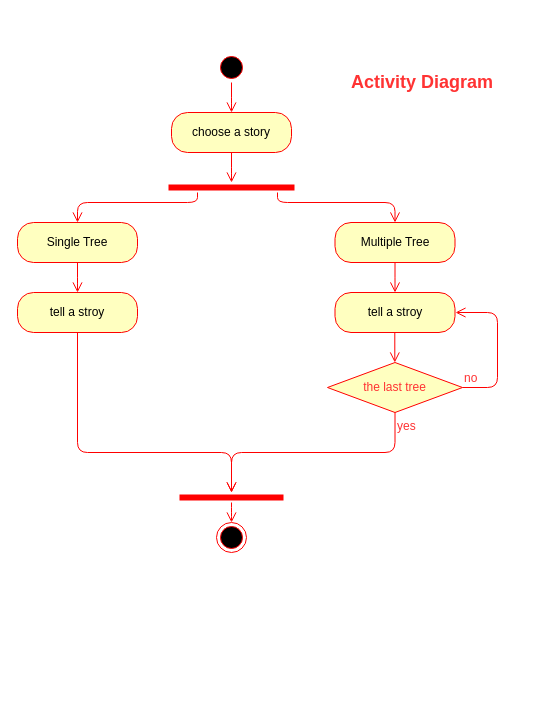
chewwwyong/dosomethingexcel keeps this draw.io diagram as page "Activity Diagram" (7 of 7) of Untitled Diagram.drawio. Above is the earlier version. Source tidied: cells renumbered, new cells numbered last; positions are measured from the earlier drawing's top-left corner, leaving out a move shared by most shapes. Both pictures are drawn from the tidied source at 100%, with x=0, y=0 at pixel (17, 52).
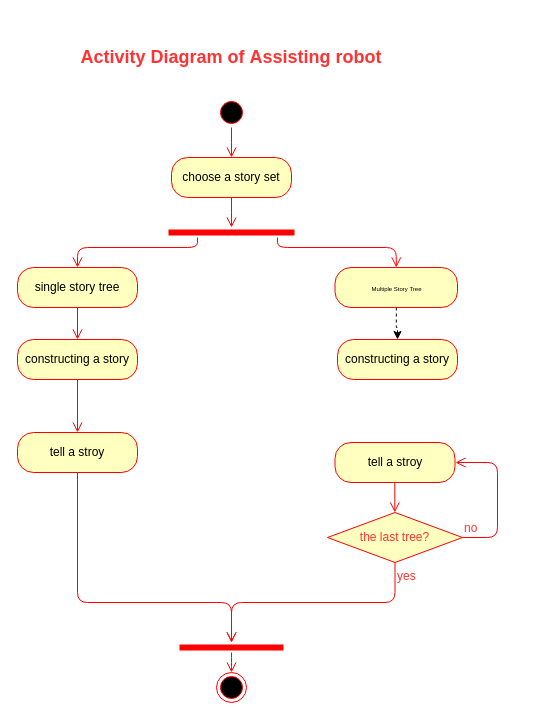
The same page after the edit.

The edit, as a diff of the source:
```diff
@@
     <mxCell id="2" style="ellipse;html=1;shape=startState;fillColor=#000000;strokeColor=#ff0000;labelBackgroundColor=none;fontSize=12;fontColor=#FF3333;" parent="1" vertex="1">
-      <mxGeometry x="199" width="30" height="30" as="geometry" />
+      <mxGeometry x="199" y="45" width="30" height="30" as="geometry" />
     </mxCell>
     <mxCell id="3" style="edgeStyle=orthogonalEdgeStyle;html=1;verticalAlign=bottom;endArrow=open;endSize=8;strokeColor=#ff0000;fontSize=12;fontColor=#FF3333;" parent="1" edge="1" source="2">
       <mxGeometry relative="1" as="geometry">
-        <mxPoint x="214" y="60" as="targetPoint" />
+        <mxPoint x="214" y="105" as="targetPoint" />
       </mxGeometry>
     </mxCell>
-    <mxCell id="4" value="choose a story" style="rounded=1;whiteSpace=wrap;html=1;arcSize=40;fontColor=#000000;fillColor=#ffffc0;strokeColor=#ff0000;labelBackgroundColor=none;fontSize=12;" parent="1" vertex="1">
-      <mxGeometry x="154" y="60" width="120" height="40" as="geometry" />
+    <mxCell id="4" value="choose a story set" style="rounded=1;whiteSpace=wrap;html=1;arcSize=40;fontColor=#000000;fillColor=#ffffc0;strokeColor=#ff0000;labelBackgroundColor=none;fontSize=12;" parent="1" vertex="1">
+      <mxGeometry x="154" y="105" width="120" height="40" as="geometry" />
     </mxCell>
     <mxCell id="5" style="edgeStyle=orthogonalEdgeStyle;html=1;verticalAlign=bottom;endArrow=open;endSize=8;strokeColor=#ff0000;fontSize=12;fontColor=#FF3333;" parent="1" edge="1" source="4">
       <mxGeometry relative="1" as="geometry">
-        <mxPoint x="214" y="130" as="targetPoint" />
+        <mxPoint x="214" y="175" as="targetPoint" />
       </mxGeometry>
     </mxCell>
     <mxCell id="6" style="shape=line;html=1;strokeWidth=6;strokeColor=#ff0000;labelBackgroundColor=none;fontSize=12;fontColor=#FF3333;" parent="1" vertex="1">
-      <mxGeometry x="151" y="130" width="126" height="10" as="geometry" />
+      <mxGeometry x="151" y="175" width="126" height="10" as="geometry" />
     </mxCell>
     <mxCell id="7" style="edgeStyle=orthogonalEdgeStyle;html=1;verticalAlign=bottom;endArrow=open;endSize=8;strokeColor=#ff0000;fontSize=12;fontColor=#FF3333;entryX=0.5;entryY=0;entryDx=0;entryDy=0;" parent="1" edge="1" source="6" target="9">
       <mxGeometry relative="1" as="geometry">
         <Array as="points">
-          <mxPoint x="180" y="150" />
-          <mxPoint x="60" y="150" />
+          <mxPoint x="180" y="195" />
+          <mxPoint x="60" y="195" />
         </Array>
       </mxGeometry>
     </mxCell>
     <mxCell id="8" style="edgeStyle=orthogonalEdgeStyle;html=1;verticalAlign=bottom;endArrow=open;endSize=8;strokeColor=#ff0000;fontSize=12;fontColor=#FF3333;entryX=0.5;entryY=0;entryDx=0;entryDy=0;" parent="1" edge="1" target="11">
       <mxGeometry relative="1" as="geometry">
-        <mxPoint x="260" y="140" as="sourcePoint" />
+        <mxPoint x="260" y="185" as="sourcePoint" />
         <Array as="points">
-          <mxPoint x="260" y="150" />
-          <mxPoint x="378" y="150" />
-          <mxPoint x="378" y="170" />
+          <mxPoint x="260" y="195" />
+          <mxPoint x="378" y="195" />
+          <mxPoint x="378" y="215" />
         </Array>
       </mxGeometry>
     </mxCell>
-    <mxCell id="9" value="Single Tree" style="rounded=1;whiteSpace=wrap;html=1;arcSize=40;fontColor=#000000;fillColor=#ffffc0;strokeColor=#ff0000;labelBackgroundColor=none;fontSize=12;" parent="1" vertex="1">
-      <mxGeometry y="170" width="120" height="40" as="geometry" />
+    <mxCell id="9" value="single story tree" style="rounded=1;whiteSpace=wrap;html=1;arcSize=40;fontColor=#000000;fillColor=#ffffc0;strokeColor=#ff0000;labelBackgroundColor=none;fontSize=12;" parent="1" vertex="1">
+      <mxGeometry y="215" width="120" height="40" as="geometry" />
     </mxCell>
-    <mxCell id="10" style="edgeStyle=orthogonalEdgeStyle;html=1;verticalAlign=bottom;endArrow=open;endSize=8;strokeColor=#ff0000;fontSize=12;fontColor=#FF3333;" parent="1" edge="1" source="9">
-      <mxGeometry relative="1" as="geometry">
-        <mxPoint x="60" y="240" as="targetPoint" />
-      </mxGeometry>
+    <mxCell id="10" style="edgeStyle=orthogonalEdgeStyle;html=1;verticalAlign=bottom;endArrow=open;endSize=8;strokeColor=#ff0000;fontSize=12;fontColor=#FF3333;entryX=0.5;entryY=0;entryDx=0;entryDy=0;" parent="1" edge="1" source="9" target="26">
+      <mxGeometry relative="1" as="geometry" />
     </mxCell>
+    <mxCell id="24" style="edgeStyle=orthogonalEdgeStyle;rounded=0;jettySize=auto;html=1;entryX=0.5;entryY=0;entryDx=0;entryDy=0;dashed=1;fontSize=14;startArrow=none;startFill=0;endArrow=classic;endFill=1;" parent="1" edge="1" source="11" target="27">
+      <mxGeometry relative="1" as="geometry" />
+    </mxCell>
-    <mxCell id="11" value="Multiple Tree" style="rounded=1;whiteSpace=wrap;html=1;arcSize=40;fontColor=#000000;fillColor=#ffffc0;strokeColor=#ff0000;labelBackgroundColor=none;fontSize=12;" parent="1" vertex="1">
-      <mxGeometry x="317.5" y="170" width="120" height="40" as="geometry" />
+    <mxCell id="11" value="&lt;font style=&quot;font-size: 6px&quot;&gt;Multiple Story Tree&lt;/font&gt;" style="rounded=1;whiteSpace=wrap;html=1;arcSize=40;fontColor=#000000;fillColor=#ffffc0;strokeColor=#ff0000;labelBackgroundColor=none;fontSize=12;" parent="1" vertex="1">
+      <mxGeometry x="317.5" y="215" width="122.5" height="40" as="geometry" />
     </mxCell>
-    <mxCell id="12" style="edgeStyle=orthogonalEdgeStyle;html=1;verticalAlign=bottom;endArrow=open;endSize=8;strokeColor=#ff0000;fontSize=12;fontColor=#FF3333;" parent="1" edge="1" source="11">
-      <mxGeometry relative="1" as="geometry">
-        <mxPoint x="377.5" y="240" as="targetPoint" />
-      </mxGeometry>
-    </mxCell>
-    <mxCell id="13" value="the last tree" style="rhombus;whiteSpace=wrap;html=1;fillColor=#ffffc0;strokeColor=#ff0000;labelBackgroundColor=none;fontSize=12;fontColor=#FF3333;" parent="1" vertex="1">
-      <mxGeometry x="310" y="310" width="135" height="50" as="geometry" />
+    <mxCell id="13" value="the last tree?" style="rhombus;whiteSpace=wrap;html=1;fillColor=#ffffc0;strokeColor=#ff0000;labelBackgroundColor=none;fontSize=12;fontColor=#FF3333;" parent="1" vertex="1">
+      <mxGeometry x="310" y="460" width="135" height="50" as="geometry" />
     </mxCell>
     <mxCell id="14" value="no" style="edgeStyle=orthogonalEdgeStyle;html=1;align=left;verticalAlign=bottom;endArrow=open;endSize=8;strokeColor=#ff0000;fontSize=12;fontColor=#FF3333;" parent="1" edge="1" source="13">
       <mxGeometry x="-1" relative="1" as="geometry">
-        <mxPoint x="438" y="260" as="targetPoint" />
+        <mxPoint x="438" y="410" as="targetPoint" />
         <Array as="points">
-          <mxPoint x="480" y="335" />
-          <mxPoint x="480" y="260" />
+          <mxPoint x="480" y="485" />
+          <mxPoint x="480" y="410" />
         </Array>
       </mxGeometry>
     </mxCell>
     <mxCell id="15" value="yes" style="edgeStyle=orthogonalEdgeStyle;html=1;align=left;verticalAlign=top;endArrow=open;endSize=8;strokeColor=#ff0000;fontSize=12;fontColor=#FF3333;exitX=0.5;exitY=1;exitDx=0;exitDy=0;" parent="1" edge="1" source="13" target="18">
       <mxGeometry x="-1" relative="1" as="geometry">
         <Array as="points">
-          <mxPoint x="378" y="400" />
-          <mxPoint x="214" y="400" />
+          <mxPoint x="378" y="550" />
+          <mxPoint x="214" y="550" />
         </Array>
       </mxGeometry>
     </mxCell>
     <mxCell id="16" value="tell a stroy" style="rounded=1;whiteSpace=wrap;html=1;arcSize=40;fontColor=#000000;fillColor=#ffffc0;strokeColor=#ff0000;labelBackgroundColor=none;fontSize=12;" parent="1" vertex="1">
-      <mxGeometry y="240" width="120" height="40" as="geometry" />
+      <mxGeometry y="380" width="120" height="40" as="geometry" />
     </mxCell>
     <mxCell id="17" style="ellipse;html=1;shape=endState;fillColor=#000000;strokeColor=#ff0000;labelBackgroundColor=none;fontSize=12;fontColor=#FF3333;" parent="1" vertex="1">
-      <mxGeometry x="199" y="470" width="30" height="30" as="geometry" />
+      <mxGeometry x="199" y="620" width="30" height="30" as="geometry" />
     </mxCell>
     <mxCell id="18" style="shape=line;html=1;strokeWidth=6;strokeColor=#ff0000;labelBackgroundColor=none;fontSize=12;fontColor=#FF3333;" parent="1" vertex="1">
-      <mxGeometry x="162" y="440" width="104" height="10" as="geometry" />
+      <mxGeometry x="162" y="590" width="104" height="10" as="geometry" />
     </mxCell>
     <mxCell id="19" style="edgeStyle=orthogonalEdgeStyle;html=1;verticalAlign=bottom;endArrow=open;endSize=8;strokeColor=#ff0000;fontSize=12;fontColor=#FF3333;" parent="1" edge="1" source="18">
       <mxGeometry relative="1" as="geometry">
-        <mxPoint x="214" y="470" as="targetPoint" />
+        <mxPoint x="214" y="620" as="targetPoint" />
       </mxGeometry>
     </mxCell>
     <mxCell id="20" style="edgeStyle=orthogonalEdgeStyle;html=1;verticalAlign=bottom;endArrow=open;endSize=8;strokeColor=#ff0000;fontSize=12;fontColor=#FF3333;exitX=0.5;exitY=1;exitDx=0;exitDy=0;" parent="1" edge="1" source="16" target="18">
       <mxGeometry relative="1" as="geometry">
         <Array as="points">
-          <mxPoint x="60" y="400" />
-          <mxPoint x="214" y="400" />
+          <mxPoint x="60" y="550" />
+          <mxPoint x="214" y="550" />
         </Array>
       </mxGeometry>
     </mxCell>
     <mxCell id="21" value="tell a stroy" style="rounded=1;whiteSpace=wrap;html=1;arcSize=40;fontColor=#000000;fillColor=#ffffc0;strokeColor=#ff0000;labelBackgroundColor=none;fontSize=12;" parent="1" vertex="1">
-      <mxGeometry x="317.5" y="240" width="120" height="40" as="geometry" />
+      <mxGeometry x="317.5" y="390" width="120" height="40" as="geometry" />
     </mxCell>
     <mxCell id="22" style="edgeStyle=orthogonalEdgeStyle;html=1;verticalAlign=bottom;endArrow=open;endSize=8;strokeColor=#ff0000;fontSize=12;fontColor=#FF3333;" parent="1" edge="1">
       <mxGeometry relative="1" as="geometry">
-        <mxPoint x="377.3" y="280" as="sourcePoint" />
-        <mxPoint x="377.3" y="310" as="targetPoint" />
+        <mxPoint x="377.3" y="430" as="sourcePoint" />
+        <mxPoint x="377.3" y="460" as="targetPoint" />
       </mxGeometry>
     </mxCell>
-    <mxCell id="23" value="&lt;span style=&quot;font-size: 18px;&quot;&gt;Activity Diagram&lt;/span&gt;" style="text;html=1;strokeColor=none;fillColor=none;align=center;verticalAlign=middle;whiteSpace=wrap;rounded=0;labelBackgroundColor=none;fontSize=12;fontColor=#FF3333;fontStyle=1;" parent="1" vertex="1">
-      <mxGeometry x="310" width="190" height="60" as="geometry" />
+    <mxCell id="23" value="&lt;span style=&quot;font-size: 18px&quot;&gt;Activity Diagram&amp;nbsp;&lt;/span&gt;&lt;span style=&quot;font-size: 18px&quot;&gt;of&amp;nbsp;&lt;/span&gt;&lt;span style=&quot;font-size: 18px&quot;&gt;Assisting robot&lt;/span&gt;" style="text;html=1;strokeColor=none;fillColor=none;align=center;verticalAlign=middle;whiteSpace=wrap;rounded=0;labelBackgroundColor=none;fontSize=12;fontColor=#FF3333;fontStyle=1;" parent="1" vertex="1">
+      <mxGeometry x="54" y="-35" width="320" height="80" as="geometry" />
     </mxCell>
+    <mxCell id="25" style="edgeStyle=orthogonalEdgeStyle;rounded=1;jettySize=auto;html=1;entryX=0.5;entryY=0;entryDx=0;entryDy=0;fontSize=12;startArrow=none;endArrow=open;fontColor=#FF3333;verticalAlign=bottom;strokeColor=#ff0000;endSize=8;" parent="1" edge="1" source="26" target="16">
+      <mxGeometry relative="1" as="geometry" />
+    </mxCell>
+    <mxCell id="26" value="constructing a story" style="rounded=1;whiteSpace=wrap;html=1;arcSize=40;fontColor=#000000;fillColor=#ffffc0;strokeColor=#ff0000;labelBackgroundColor=none;fontSize=12;" parent="1" vertex="1">
+      <mxGeometry y="287" width="120" height="40" as="geometry" />
+    </mxCell>
+    <mxCell id="27" value="constructing a story" style="rounded=1;whiteSpace=wrap;html=1;arcSize=40;fontColor=#000000;fillColor=#ffffc0;strokeColor=#ff0000;labelBackgroundColor=none;fontSize=12;" parent="1" vertex="1">
+      <mxGeometry x="320" y="287" width="120" height="40" as="geometry" />
+    </mxCell>
```
